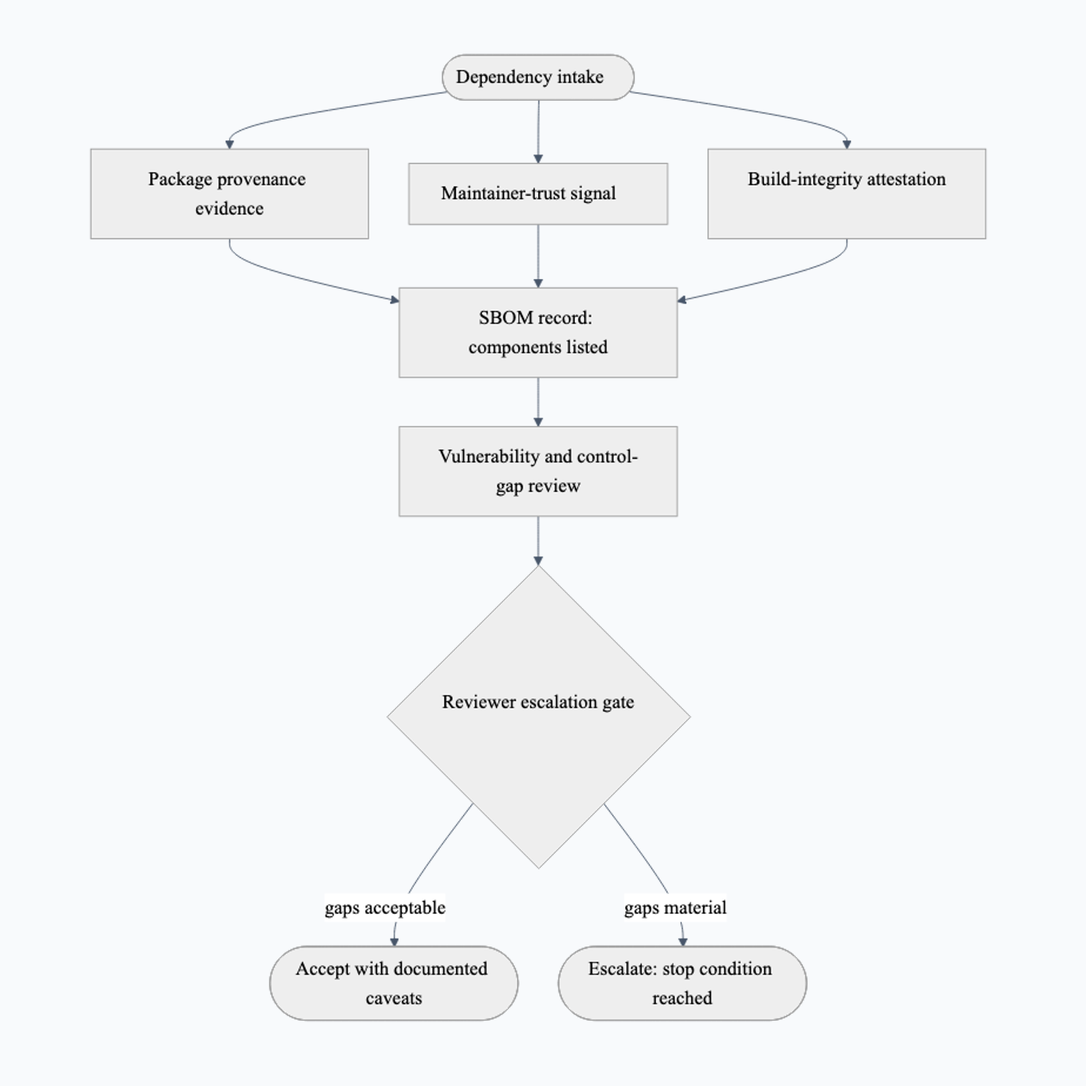
Earlier version of the Mermaid export output/figures/mermaid/supply-chain-integrity-assurance-flow.png (docxology/AGEINT). Its source is kept beside it as output/figures/mermaid/supply-chain-integrity-assurance-flow.mmd. Source of this version:
```mermaid
%%{init: {'theme':'neutral','themeVariables':{'fontSize':'18px','fontFamily':'Arial, sans-serif','primaryColor':'#dbeafe','primaryBorderColor':'#475569','primaryTextColor':'#0f172a','lineColor':'#475569','secondaryColor':'#dcfce7','tertiaryColor':'#fef3c7'},'flowchart':{'htmlLabels':true,'nodeSpacing':38,'rankSpacing':46,'curve':'basis','subGraphTitleMargin':{'top':8,'bottom':12}}}}%%
flowchart TB
  INTAKE(["Dependency intake"])
  PROV["Package provenance evidence"]
  TRUST["Maintainer-trust signal"]
  BUILD["Build-integrity attestation"]
  SBOM["SBOM record: components listed"]
  REVIEW["Vulnerability and control-gap review"]
  GATE{"Reviewer escalation gate"}
  ACCEPT(["Accept with documented caveats"])
  ESCALATE(["Escalate: stop condition reached"])
  INTAKE --> PROV
  INTAKE --> TRUST
  INTAKE --> BUILD
  PROV --> SBOM
  TRUST --> SBOM
  BUILD --> SBOM
  SBOM --> REVIEW
  REVIEW --> GATE
  GATE -->|"gaps acceptable"| ACCEPT
  GATE -->|"gaps material"| ESCALATE
```
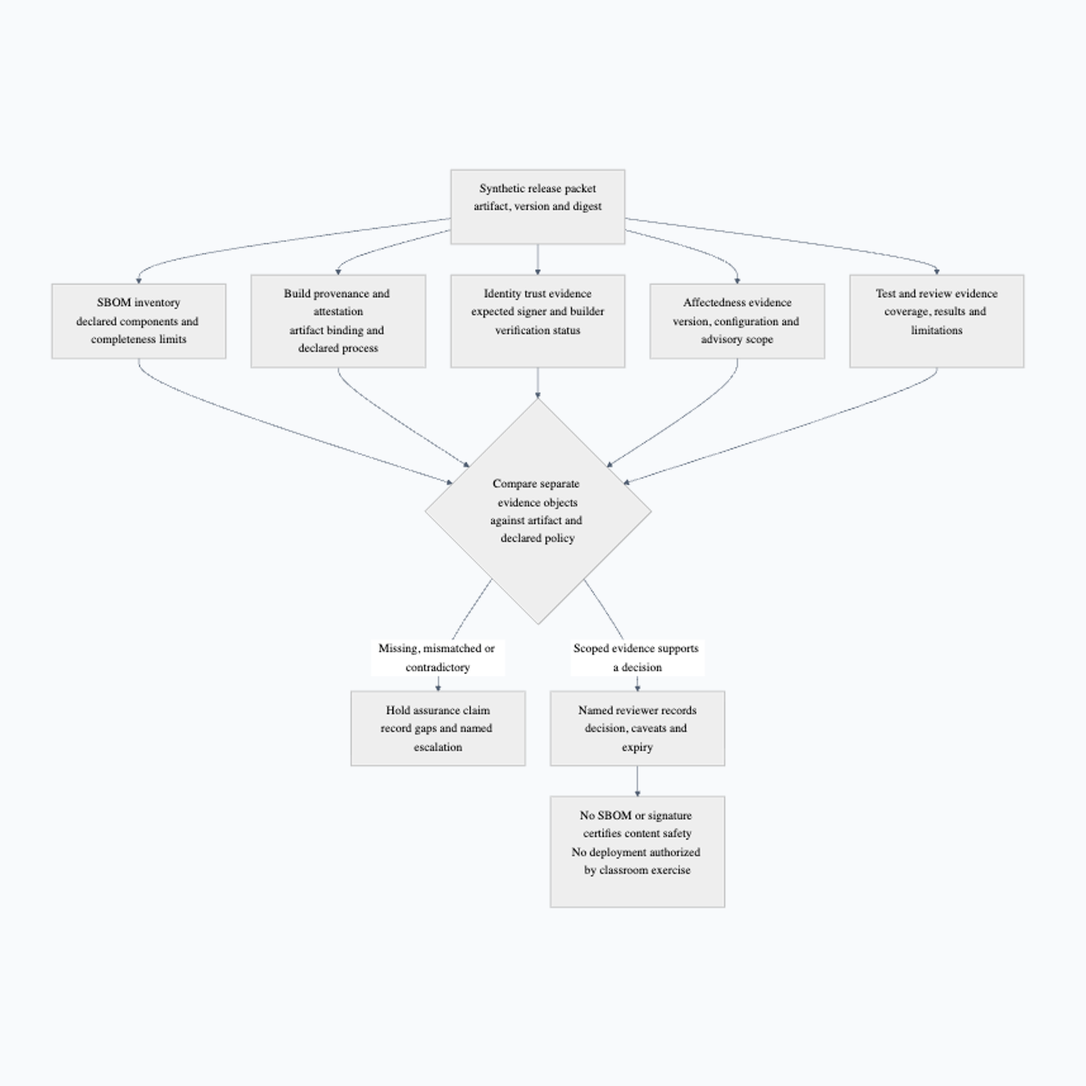
After the commit.

What changed in the source:
```diff
@@ -1,21 +1,15 @@
 %%{init: {'theme':'neutral','themeVariables':{'fontSize':'18px','fontFamily':'Arial, sans-serif','primaryColor':'#dbeafe','primaryBorderColor':'#475569','primaryTextColor':'#0f172a','lineColor':'#475569','secondaryColor':'#dcfce7','tertiaryColor':'#fef3c7'},'flowchart':{'htmlLabels':true,'nodeSpacing':38,'rankSpacing':46,'curve':'basis','subGraphTitleMargin':{'top':8,'bottom':12}}}}%%
 flowchart TB
-  INTAKE(["Dependency intake"])
-  PROV["Package provenance evidence"]
-  TRUST["Maintainer-trust signal"]
-  BUILD["Build-integrity attestation"]
-  SBOM["SBOM record: components listed"]
-  REVIEW["Vulnerability and control-gap review"]
-  GATE{"Reviewer escalation gate"}
-  ACCEPT(["Accept with documented caveats"])
-  ESCALATE(["Escalate: stop condition reached"])
-  INTAKE --> PROV
-  INTAKE --> TRUST
-  INTAKE --> BUILD
-  PROV --> SBOM
-  TRUST --> SBOM
-  BUILD --> SBOM
-  SBOM --> REVIEW
-  REVIEW --> GATE
-  GATE -->|"gaps acceptable"| ACCEPT
-  GATE -->|"gaps material"| ESCALATE
+    INTAKE["Synthetic release packet<br/>artifact, version and digest"] --> SBOM["SBOM inventory<br/>declared components and completeness limits"]
+    INTAKE --> PROV["Build provenance and attestation<br/>artifact binding and declared process"]
+    INTAKE --> TRUST["Identity trust evidence<br/>expected signer and builder<br/>verification status"]
+    INTAKE --> AFFECT["Affectedness evidence<br/>version, configuration and advisory scope"]
+    INTAKE --> TEST["Test and review evidence<br/>coverage, results and limitations"]
+    SBOM --> REVIEW{"Compare separate evidence objects<br/>against artifact and declared policy"}
+    PROV --> REVIEW
+    TRUST --> REVIEW
+    AFFECT --> REVIEW
+    TEST --> REVIEW
+    REVIEW -->|Missing, mismatched or contradictory| HOLD["Hold assurance claim<br/>record gaps and named escalation"]
+    REVIEW -->|Scoped evidence supports a decision| HUMAN["Named reviewer records<br/>decision, caveats and expiry"]
+    HUMAN --> LIMIT["No SBOM or signature certifies content safety<br/>No deployment authorized by classroom exercise"]
```
